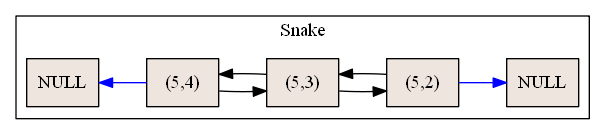
Above: ListaDobleSnake.png in Eduardo01004/-EDD-_1S2019_P1_201612124 (Graphviz), before the change. Its source is kept beside it as ListaDobleSnake.dot. Source of this version:
```dot
digraph G {rankdir = "LR";
 subgraph cluster3{
label="Snake";
1185019844[shape=record, style=filled, fillcolor=seashell2,label="NULL"];
3870543[shape=record, style=filled, fillcolor=seashell2,label="(5,4)"];
1185019844->3870543[dir=back color="blue"]
3870543[shape=record, style=filled, fillcolor=seashell2,label="(5,4)"];
3870543->3870545
3870545->3870543
3870545[shape=record, style=filled, fillcolor=seashell2,label="(5,3)"];
3870545->3870547
3870547->3870545
3870547[shape=record, style=filled, fillcolor=seashell2,label="(5,2)"];
null[shape=record, style=filled, fillcolor=seashell2,label="NULL"];
3870547->null[ color="blue"]
}
}
```
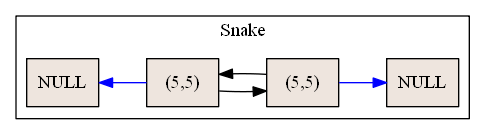
After the change.

Diff of the diagram source:
```diff
@@ -1,17 +1,14 @@
 digraph G {rankdir = "LR";
  subgraph cluster3{
 label="Snake";
-1185019844[shape=record, style=filled, fillcolor=seashell2,label="NULL"];
-3870543[shape=record, style=filled, fillcolor=seashell2,label="(5,4)"];
-1185019844->3870543[dir=back color="blue"]
-3870543[shape=record, style=filled, fillcolor=seashell2,label="(5,4)"];
-3870543->3870545
-3870545->3870543
-3870545[shape=record, style=filled, fillcolor=seashell2,label="(5,3)"];
-3870545->3870547
-3870547->3870545
-3870547[shape=record, style=filled, fillcolor=seashell2,label="(5,2)"];
+h[shape=record, style=filled, fillcolor=seashell2,label="NULL"];
+1911717[shape=record, style=filled, fillcolor=seashell2,label="(5,5)"];
+h->1911717[dir=back color="blue"]
+1911717[shape=record, style=filled, fillcolor=seashell2,label="(5,5)"];
+1911717->1911731
+1911731->1911717
+1911731[shape=record, style=filled, fillcolor=seashell2,label="(5,5)"];
 null[shape=record, style=filled, fillcolor=seashell2,label="NULL"];
-3870547->null[ color="blue"]
+1911731->null[ color="blue"]
 }
 }
```
